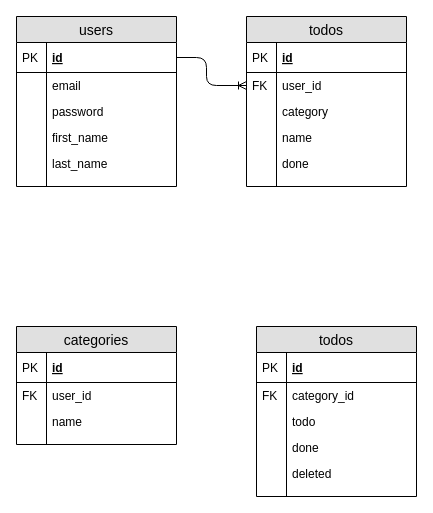
Above: docs/erd.drawio in sydney-sisco/Smart-TODO-List (draw.io), before the change. Source tidied: cells renumbered, new cells numbered last; positions are measured from the earlier drawing's top-left corner, leaving out a move shared by most shapes. Both pictures are drawn from the tidied source at 100%, with x=0, y=0 at pixel (16, 16).
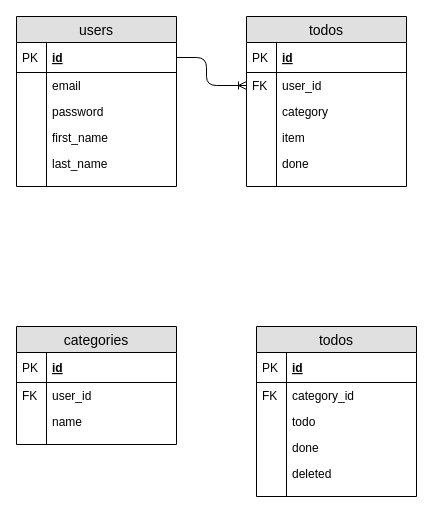
After the change.

Unchanged cells that the change refers to:
```xml
<mxCell id="28" value="todos" style="swimlane;fontStyle=0;horizontal=1;startSize=26;fillColor=#e0e0e0;swimlaneFillColor=#ffffff;align=center;fontSize=14;" parent="1" vertex="1">
  <mxGeometry x="230" width="160" height="170" as="geometry" />
</mxCell>
```

Diff of the diagram source:
```diff
@@
-    <mxCell id="36" value="name" style="shape=partialRectangle;top=0;left=0;right=0;bottom=0;align=left;verticalAlign=top;fillColor=none;spacingLeft=34;spacingRight=4;overflow=hidden;fontSize=12;" parent="28" vertex="1">
+    <mxCell id="36" value="item" style="shape=partialRectangle;top=0;left=0;right=0;bottom=0;align=left;verticalAlign=top;fillColor=none;spacingLeft=34;spacingRight=4;overflow=hidden;fontSize=12;" parent="28" vertex="1">
       <mxGeometry y="108" width="160" height="26" as="geometry" />
     </mxCell>
```
